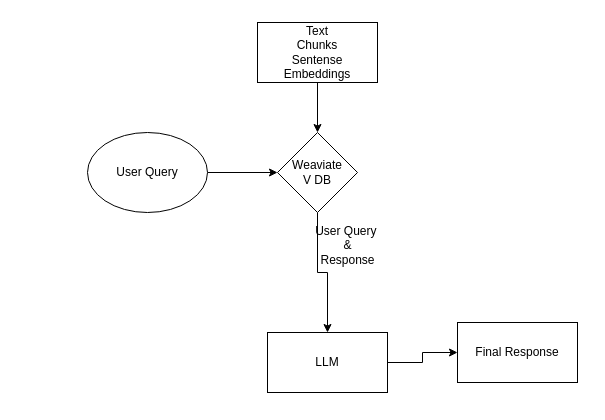
Earlier version of the draw.io diagram Flow Diagram/FlowDiagram.drawio (saisubhasish/Custom_RAG). Source tidied: cells renumbered, new cells numbered last; positions are measured from the earlier drawing's top-left corner, leaving out a move shared by most shapes. Both pictures are drawn from the tidied source at 100%, with x=0, y=0 at pixel (87, 22).
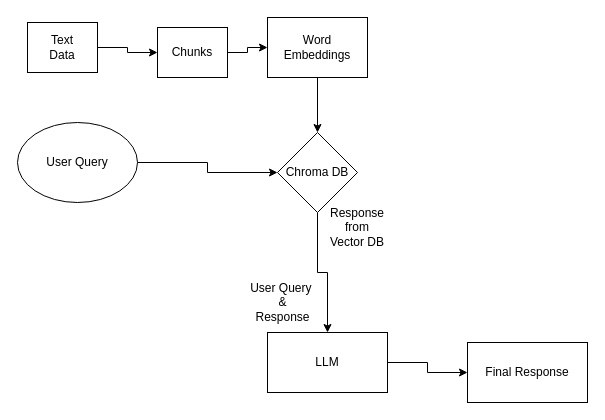
The same diagram, later.

Diff of the diagram source:
```diff
@@
 <mxGraphModel>
   <root>
     <mxCell id="0" />
     <mxCell id="1" parent="0" />
     <mxCell id="2" style="edgeStyle=orthogonalEdgeStyle;rounded=0;jettySize=auto;html=1;" parent="1" edge="1" source="3" target="11">
       <mxGeometry relative="1" as="geometry" />
     </mxCell>
     <mxCell id="3" value="LLM" style="rounded=0;whiteSpace=wrap;html=1;" parent="1" vertex="1">
       <mxGeometry x="180" y="310" width="120" height="60" as="geometry" />
     </mxCell>
     <mxCell id="4" style="edgeStyle=orthogonalEdgeStyle;rounded=0;jettySize=auto;html=1;" parent="1" edge="1" source="5" target="7">
       <mxGeometry relative="1" as="geometry" />
     </mxCell>
-    <mxCell id="5" value="Text&lt;div&gt;Chunks&lt;br&gt;Sentense Embeddings&lt;/div&gt;" style="rounded=0;whiteSpace=wrap;html=1;" parent="1" vertex="1">
-      <mxGeometry x="170" width="120" height="60" as="geometry" />
+    <mxCell id="5" value="&lt;div&gt;Word Embeddings&lt;/div&gt;" style="rounded=0;whiteSpace=wrap;html=1;" parent="1" vertex="1">
+      <mxGeometry x="180" y="-5" width="100" height="60" as="geometry" />
     </mxCell>
     <mxCell id="6" style="edgeStyle=orthogonalEdgeStyle;rounded=0;jettySize=auto;html=1;entryX=0.5;entryY=0;entryDx=0;entryDy=0;" parent="1" edge="1" source="7" target="3">
       <mxGeometry relative="1" as="geometry" />
     </mxCell>
-    <mxCell id="7" value="Weaviate&lt;br&gt;V DB" style="rhombus;whiteSpace=wrap;html=1;" parent="1" vertex="1">
+    <mxCell id="7" value="Chroma&amp;nbsp;DB" style="rhombus;whiteSpace=wrap;html=1;" parent="1" vertex="1">
       <mxGeometry x="190" y="110" width="80" height="80" as="geometry" />
     </mxCell>
     <mxCell id="8" style="edgeStyle=orthogonalEdgeStyle;rounded=0;jettySize=auto;html=1;" parent="1" edge="1" source="9" target="7">
       <mxGeometry relative="1" as="geometry" />
     </mxCell>
     <mxCell id="9" value="User Query" style="ellipse;whiteSpace=wrap;html=1;" parent="1" vertex="1">
-      <mxGeometry y="110" width="120" height="80" as="geometry" />
+      <mxGeometry x="-70" y="100" width="120" height="80" as="geometry" />
     </mxCell>
     <mxCell id="10" value="User Query&amp;nbsp;&lt;div&gt;&amp;amp;&lt;/div&gt;&lt;div&gt;Response&lt;/div&gt;" style="text;html=1;align=center;verticalAlign=middle;strokeColor=none;fillColor=none;" parent="1" vertex="1">
-      <mxGeometry x="215" y="193" width="90" height="60" as="geometry" />
+      <mxGeometry x="150" y="250" width="90" height="60" as="geometry" />
     </mxCell>
     <mxCell id="11" value="Final Response" style="rounded=0;whiteSpace=wrap;html=1;" parent="1" vertex="1">
-      <mxGeometry x="370" y="300" width="120" height="60" as="geometry" />
+      <mxGeometry x="380" y="320" width="120" height="60" as="geometry" />
     </mxCell>
+    <mxCell id="12" style="edgeStyle=orthogonalEdgeStyle;rounded=0;jettySize=auto;html=1;entryX=0;entryY=0.5;entryDx=0;entryDy=0;" parent="1" edge="1" source="15" target="5">
+      <mxGeometry relative="1" as="geometry" />
+    </mxCell>
+    <mxCell id="13" value="Text&lt;div&gt;Data&lt;/div&gt;" style="rounded=0;whiteSpace=wrap;html=1;" parent="1" vertex="1">
+      <mxGeometry x="-60" width="70" height="50" as="geometry" />
+    </mxCell>
+    <mxCell id="14" style="edgeStyle=orthogonalEdgeStyle;rounded=0;jettySize=auto;html=1;entryX=0;entryY=0.5;entryDx=0;entryDy=0;" parent="1" edge="1" source="13" target="15">
+      <mxGeometry relative="1" as="geometry" />
+    </mxCell>
+    <mxCell id="15" value="Chunks" style="rounded=0;whiteSpace=wrap;html=1;" parent="1" vertex="1">
+      <mxGeometry x="70" y="5" width="70" height="50" as="geometry" />
+    </mxCell>
+    <mxCell id="16" value="Response from Vector DB" style="text;html=1;align=center;verticalAlign=middle;whiteSpace=wrap;rounded=0;" parent="1" vertex="1">
+      <mxGeometry x="240" y="190" width="60" height="30" as="geometry" />
+    </mxCell>
   </root>
 </mxGraphModel>
```
